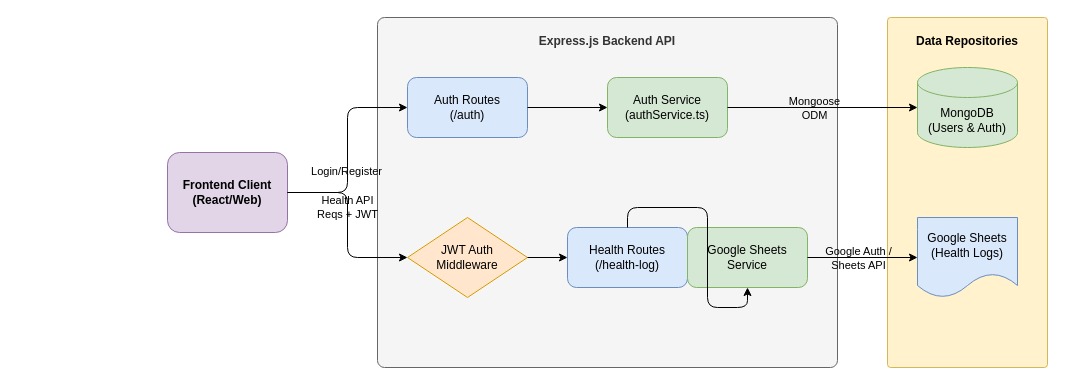
The draw.io diagram backend_architecture.drawio in toxicbishop/Health-Tracker-API, before the edit. Source tidied: cells renumbered, new cells numbered last; positions are measured from the earlier drawing's top-left corner, leaving out a move shared by most shapes. Both pictures are drawn from the tidied source at 100%, with x=0, y=0 at pixel (167, 17).
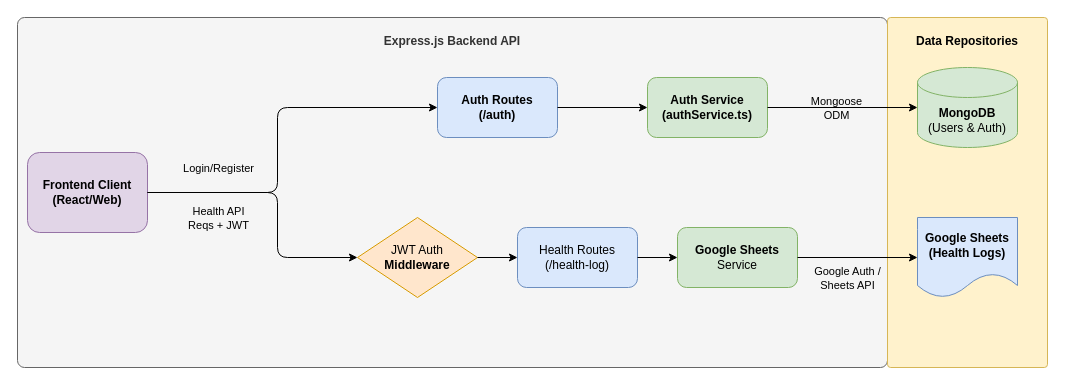
Above is the later version.

The change refers to these unchanged cells:
```xml
<mxCell id="17" style="edgeStyle=orthogonalEdgeStyle;rounded=1;jettySize=auto;html=1;strokeColor=#000000;" parent="1" edge="1" source="8" target="10">
  <mxGeometry relative="1" as="geometry" />
</mxCell>
<mxCell id="18" style="edgeStyle=orthogonalEdgeStyle;rounded=1;jettySize=auto;html=1;strokeColor=#000000;" parent="1" edge="1" source="9" target="11">
  <mxGeometry relative="1" as="geometry" />
</mxCell>
```

The edit, as a diff of the source:
```diff
@@
     <mxCell id="2" value="Express.js Backend API" style="rounded=1;whiteSpace=wrap;html=1;fillColor=#f5f5f5;strokeColor=#666666;fontColor=#333333;verticalAlign=top;fontStyle=1;spacingTop=10;arcSize=2;" parent="1" vertex="1">
-      <mxGeometry x="210" width="460" height="350" as="geometry" />
+      <mxGeometry x="-150" width="870" height="350" as="geometry" />
     </mxCell>
-    <mxCell id="3" value="Data Repositories" style="rounded=1;whiteSpace=wrap;html=1;fillColor=#fff2cc;strokeColor=#d6b656;verticalAlign=top;fontStyle=1;spacingTop=10;arcSize=2;" parent="1" vertex="1">
+    <mxCell id="3" value="&lt;font color=&quot;#000000&quot;&gt;Data Repositories&lt;/font&gt;" style="rounded=1;whiteSpace=wrap;html=1;fillColor=#fff2cc;strokeColor=#d6b656;verticalAlign=top;fontStyle=1;spacingTop=10;arcSize=2;" parent="1" vertex="1">
       <mxGeometry x="720" width="160" height="350" as="geometry" />
     </mxCell>
-    <mxCell id="4" value="Frontend Client&#10;(React/Web)" style="rounded=1;whiteSpace=wrap;html=1;fillColor=#e1d5e7;strokeColor=#9673a6;fontStyle=1;" parent="1" vertex="1">
-      <mxGeometry y="135" width="120" height="80" as="geometry" />
+    <mxCell id="4" value="&lt;font color=&quot;#000000&quot;&gt;Frontend Client&lt;br&gt;(React/Web)&lt;/font&gt;" style="rounded=1;whiteSpace=wrap;html=1;fillColor=#e1d5e7;strokeColor=#9673a6;fontStyle=1;" parent="1" vertex="1">
+      <mxGeometry x="-140" y="135" width="120" height="80" as="geometry" />
     </mxCell>
-    <mxCell id="5" value="Auth Routes&#10;(/auth)" style="rounded=1;whiteSpace=wrap;html=1;fillColor=#dae8fc;strokeColor=#6c8ebf;" parent="1" vertex="1">
-      <mxGeometry x="240" y="60" width="120" height="60" as="geometry" />
+    <mxCell id="5" value="&lt;font color=&quot;#000000&quot;&gt;&lt;b&gt;Auth Routes&lt;br&gt;(/auth)&lt;/b&gt;&lt;/font&gt;" style="rounded=1;whiteSpace=wrap;html=1;fillColor=#dae8fc;strokeColor=#6c8ebf;" parent="1" vertex="1">
+      <mxGeometry x="270" y="60" width="120" height="60" as="geometry" />
     </mxCell>
-    <mxCell id="6" value="JWT Auth&#10;Middleware" style="rhombus;whiteSpace=wrap;html=1;fillColor=#ffe6cc;strokeColor=#d79b00;" parent="1" vertex="1">
-      <mxGeometry x="240" y="200" width="120" height="80" as="geometry" />
+    <mxCell id="6" value="&lt;font color=&quot;#000000&quot;&gt;JWT Auth&lt;br&gt;&lt;/font&gt;&lt;b&gt;&lt;font color=&quot;#000000&quot;&gt;Middleware&lt;/font&gt;&lt;/b&gt;" style="rhombus;whiteSpace=wrap;html=1;fillColor=#ffe6cc;strokeColor=#d79b00;" parent="1" vertex="1">
+      <mxGeometry x="190" y="200" width="120" height="80" as="geometry" />
     </mxCell>
-    <mxCell id="7" value="Health Routes&#10;(/health-log)" style="rounded=1;whiteSpace=wrap;html=1;fillColor=#dae8fc;strokeColor=#6c8ebf;" parent="1" vertex="1">
-      <mxGeometry x="400" y="210" width="120" height="60" as="geometry" />
+    <mxCell id="7" value="&lt;font color=&quot;#000000&quot;&gt;Health Routes&lt;br&gt;(/health-log)&lt;/font&gt;" style="rounded=1;whiteSpace=wrap;html=1;fillColor=#dae8fc;strokeColor=#6c8ebf;" parent="1" vertex="1">
+      <mxGeometry x="350" y="210" width="120" height="60" as="geometry" />
     </mxCell>
-    <mxCell id="8" value="Auth Service&#10;(authService.ts)" style="rounded=1;whiteSpace=wrap;html=1;fillColor=#d5e8d4;strokeColor=#82b366;" parent="1" vertex="1">
-      <mxGeometry x="440" y="60" width="120" height="60" as="geometry" />
+    <mxCell id="8" value="&lt;b&gt;&lt;font color=&quot;#000000&quot;&gt;Auth Service&lt;br&gt;(authService.ts)&lt;/font&gt;&lt;/b&gt;" style="rounded=1;whiteSpace=wrap;html=1;fillColor=#d5e8d4;strokeColor=#82b366;" parent="1" vertex="1">
+      <mxGeometry x="480" y="60" width="120" height="60" as="geometry" />
     </mxCell>
-    <mxCell id="9" value="Google Sheets&#10;Service" style="rounded=1;whiteSpace=wrap;html=1;fillColor=#d5e8d4;strokeColor=#82b366;" parent="1" vertex="1">
-      <mxGeometry x="520" y="210" width="120" height="60" as="geometry" />
+    <mxCell id="9" value="&lt;font color=&quot;#000000&quot;&gt;&lt;b&gt;Google Sheets&lt;br&gt;&lt;/b&gt;Service&lt;/font&gt;" style="rounded=1;whiteSpace=wrap;html=1;fillColor=#d5e8d4;strokeColor=#82b366;" parent="1" vertex="1">
+      <mxGeometry x="510" y="210" width="120" height="60" as="geometry" />
     </mxCell>
-    <mxCell id="10" value="MongoDB&#10;(Users &amp; Auth)" style="shape=cylinder3;whiteSpace=wrap;html=1;boundedLbl=1;backgroundOutline=1;size=15;fillColor=#d5e8d4;strokeColor=#82b366;" parent="1" vertex="1">
+    <mxCell id="10" value="&lt;font color=&quot;#000000&quot;&gt;&lt;b&gt;MongoDB&lt;br&gt;&lt;/b&gt;(Users &amp;amp; Auth)&lt;/font&gt;" style="shape=cylinder3;whiteSpace=wrap;html=1;boundedLbl=1;backgroundOutline=1;size=15;fillColor=#d5e8d4;strokeColor=#82b366;" parent="1" vertex="1">
       <mxGeometry x="750" y="50" width="100" height="80" as="geometry" />
     </mxCell>
-    <mxCell id="11" value="Google Sheets&#10;(Health Logs)" style="shape=document;whiteSpace=wrap;html=1;boundedLbl=1;fillColor=#dae8fc;strokeColor=#6c8ebf;" parent="1" vertex="1">
+    <mxCell id="11" value="&lt;b&gt;&lt;font color=&quot;#000000&quot;&gt;Google Sheets&lt;br&gt;&lt;/font&gt;&lt;/b&gt;&lt;font color=&quot;#000000&quot;&gt;&lt;b&gt;(Health Logs)&lt;/b&gt;&lt;/font&gt;" style="shape=document;whiteSpace=wrap;html=1;boundedLbl=1;fillColor=#dae8fc;strokeColor=#6c8ebf;" parent="1" vertex="1">
       <mxGeometry x="750" y="200" width="100" height="80" as="geometry" />
     </mxCell>
     <mxCell id="12" style="edgeStyle=orthogonalEdgeStyle;rounded=1;jettySize=auto;html=1;strokeColor=#000000;entryX=0;entryY=0.5;entryDx=0;entryDy=0;" parent="1" edge="1" source="4" target="5">
-      <mxGeometry relative="1" as="geometry" />
+      <mxGeometry relative="1" as="geometry">
+        <Array as="points">
+          <mxPoint x="110" y="175" />
+          <mxPoint x="110" y="90" />
+        </Array>
+      </mxGeometry>
     </mxCell>
+    <mxCell id="19" value="Login/Register" style="edgeLabel;html=1;align=center;verticalAlign=middle;labelBackgroundColor=none;fontColor=#000000;" parent="12" vertex="1">
+      <mxGeometry x="-0.2" y="2" relative="1" as="geometry">
+        <mxPoint x="-58" y="-5" as="offset" />
+      </mxGeometry>
+    </mxCell>
     <mxCell id="13" style="edgeStyle=orthogonalEdgeStyle;rounded=1;jettySize=auto;html=1;strokeColor=#000000;entryX=0;entryY=0.5;entryDx=0;entryDy=0;" parent="1" edge="1" source="4" target="6">
-      <mxGeometry relative="1" as="geometry" />
+      <mxGeometry relative="1" as="geometry">
+        <Array as="points">
+          <mxPoint x="110" y="175" />
+          <mxPoint x="110" y="240" />
+        </Array>
+      </mxGeometry>
     </mxCell>
+    <mxCell id="20" value="Health API&#10;Reqs + JWT" style="edgeLabel;html=1;align=center;verticalAlign=middle;labelBackgroundColor=none;fontColor=#000000;" parent="13" vertex="1">
+      <mxGeometry x="-0.2" y="-1" relative="1" as="geometry">
+        <mxPoint x="-40" y="24" as="offset" />
+      </mxGeometry>
+    </mxCell>
@@
+    <mxCell id="21" value="Mongoose&#10;ODM" style="edgeLabel;html=1;align=center;verticalAlign=middle;labelBackgroundColor=none;fontColor=#000000;" parent="17" vertex="1">
+      <mxGeometry x="-0.1" relative="1" as="geometry" />
+    </mxCell>
@@
-    <mxCell id="19" value="Login/Register" style="edgeLabel;html=1;align=center;verticalAlign=middle;labelBackgroundColor=none;fontColor=#000000;" parent="12" vertex="1">
-      <mxGeometry x="-0.2" y="2" relative="1" as="geometry" />
-    </mxCell>
-    <mxCell id="20" value="Health API&#10;Reqs + JWT" style="edgeLabel;html=1;align=center;verticalAlign=middle;labelBackgroundColor=none;fontColor=#000000;" parent="13" vertex="1">
-      <mxGeometry x="-0.2" y="-1" relative="1" as="geometry" />
-    </mxCell>
-    <mxCell id="21" value="Mongoose&#10;ODM" style="edgeLabel;html=1;align=center;verticalAlign=middle;labelBackgroundColor=none;fontColor=#000000;" parent="17" vertex="1">
-      <mxGeometry x="-0.1" relative="1" as="geometry" />
-    </mxCell>
     <mxCell id="22" value="Google Auth /&#10;Sheets API" style="edgeLabel;html=1;align=center;verticalAlign=middle;labelBackgroundColor=none;fontColor=#000000;" parent="18" vertex="1">
-      <mxGeometry x="-0.1" relative="1" as="geometry" />
+      <mxGeometry x="-0.1" relative="1" as="geometry">
+        <mxPoint x="-5" y="20" as="offset" />
+      </mxGeometry>
     </mxCell>
```
